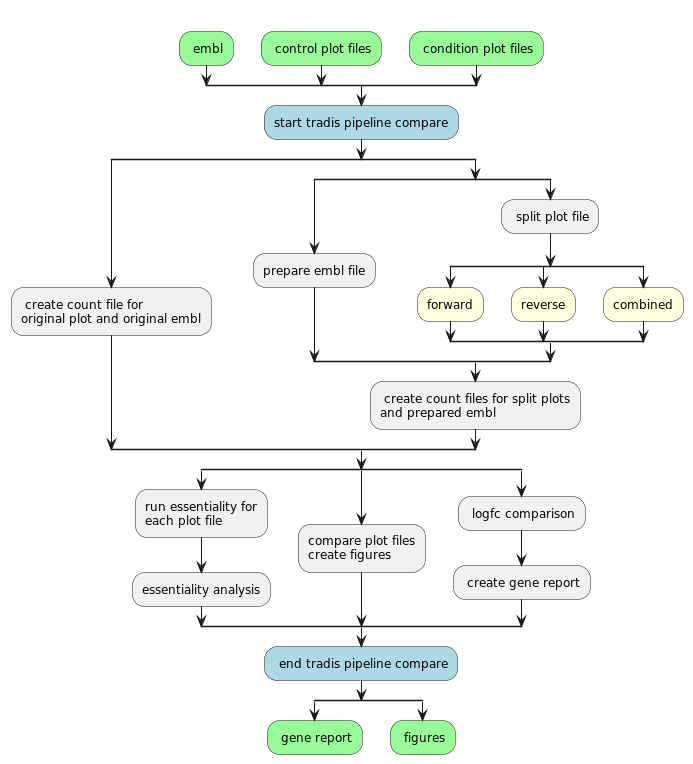
Before: docs/pipeline_combine.png, a diagram exported from PlantUML (quadram-institute-bioscience/QuaTradis).
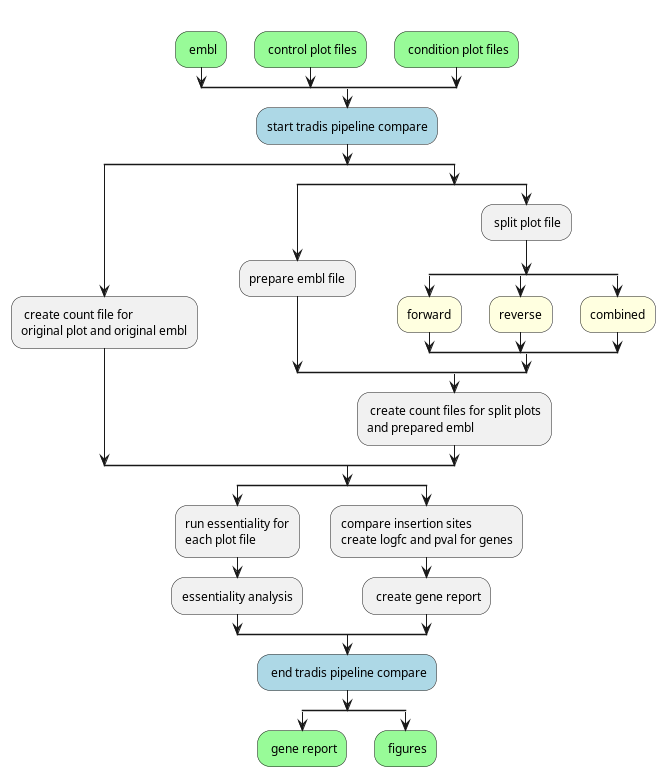
After the commit.

Diff of the diagram source:
```diff
@@ -37,10 +37,8 @@
 each plot file;
 :essentiality analysis;
 split again
-:compare plot files
-create figures;
-split again
-: logfc comparison;
+:compare insertion sites
+create logfc and pval for genes;
 : create gene report;
 end split
 
```
